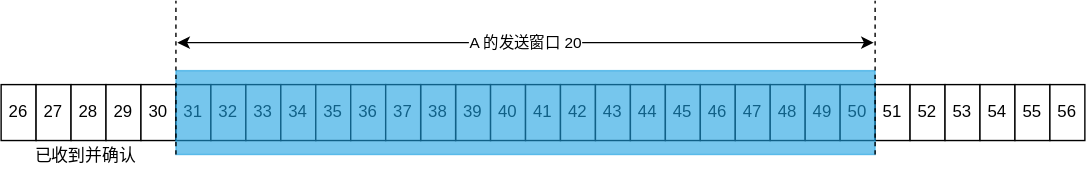
The draw.io diagram images/osi/transport-layer/window.drawio.svg in lengyuxuan/lengyuxuan.github.io, before a commit. Source tidied: cells renumbered, new cells last; positions are measured from the earlier drawing's top-left corner, leaving out a move shared by most shapes. Its diagram source:
```xml
<mxGraphModel>
  <root>
    <mxCell id="0" />
    <mxCell id="1" parent="0" />
    <mxCell id="2" value="39" style="rounded=0;whiteSpace=wrap;html=1;" parent="1" vertex="1">
      <mxGeometry x="325" y="60" width="25" height="40" as="geometry" />
    </mxCell>
    <mxCell id="3" value="40" style="rounded=0;whiteSpace=wrap;html=1;" parent="1" vertex="1">
      <mxGeometry x="350" y="60" width="25" height="40" as="geometry" />
    </mxCell>
    <mxCell id="4" value="41" style="rounded=0;whiteSpace=wrap;html=1;" parent="1" vertex="1">
      <mxGeometry x="375" y="60" width="25" height="40" as="geometry" />
    </mxCell>
    <mxCell id="5" value="42" style="rounded=0;whiteSpace=wrap;html=1;" parent="1" vertex="1">
      <mxGeometry x="400" y="60" width="25" height="40" as="geometry" />
    </mxCell>
    <mxCell id="6" value="43" style="rounded=0;whiteSpace=wrap;html=1;" parent="1" vertex="1">
      <mxGeometry x="425" y="60" width="25" height="40" as="geometry" />
    </mxCell>
    <mxCell id="7" value="44" style="rounded=0;whiteSpace=wrap;html=1;" parent="1" vertex="1">
      <mxGeometry x="450" y="60" width="25" height="40" as="geometry" />
    </mxCell>
    <mxCell id="8" value="45" style="rounded=0;whiteSpace=wrap;html=1;" parent="1" vertex="1">
      <mxGeometry x="475" y="60" width="25" height="40" as="geometry" />
    </mxCell>
    <mxCell id="9" value="46" style="rounded=0;whiteSpace=wrap;html=1;" parent="1" vertex="1">
      <mxGeometry x="500" y="60" width="25" height="40" as="geometry" />
    </mxCell>
    <mxCell id="10" value="47" style="rounded=0;whiteSpace=wrap;html=1;" parent="1" vertex="1">
      <mxGeometry x="525" y="60" width="25" height="40" as="geometry" />
    </mxCell>
    <mxCell id="11" value="48" style="rounded=0;whiteSpace=wrap;html=1;" parent="1" vertex="1">
      <mxGeometry x="550" y="60" width="25" height="40" as="geometry" />
    </mxCell>
    <mxCell id="12" value="49" style="rounded=0;whiteSpace=wrap;html=1;" parent="1" vertex="1">
      <mxGeometry x="575" y="60" width="25" height="40" as="geometry" />
    </mxCell>
    <mxCell id="13" value="50" style="rounded=0;whiteSpace=wrap;html=1;" parent="1" vertex="1">
      <mxGeometry x="600" y="60" width="25" height="40" as="geometry" />
    </mxCell>
    <mxCell id="14" value="51" style="rounded=0;whiteSpace=wrap;html=1;" parent="1" vertex="1">
      <mxGeometry x="625" y="60" width="25" height="40" as="geometry" />
    </mxCell>
    <mxCell id="15" value="52" style="rounded=0;whiteSpace=wrap;html=1;" parent="1" vertex="1">
      <mxGeometry x="650" y="60" width="25" height="40" as="geometry" />
    </mxCell>
    <mxCell id="16" value="53" style="rounded=0;whiteSpace=wrap;html=1;" parent="1" vertex="1">
      <mxGeometry x="675" y="60" width="25" height="40" as="geometry" />
    </mxCell>
    <mxCell id="17" value="54" style="rounded=0;whiteSpace=wrap;html=1;" parent="1" vertex="1">
      <mxGeometry x="700" y="60" width="25" height="40" as="geometry" />
    </mxCell>
    <mxCell id="18" value="55" style="rounded=0;whiteSpace=wrap;html=1;" parent="1" vertex="1">
      <mxGeometry x="725" y="60" width="25" height="40" as="geometry" />
    </mxCell>
    <mxCell id="19" value="56" style="rounded=0;whiteSpace=wrap;html=1;" parent="1" vertex="1">
      <mxGeometry x="750" y="60" width="25" height="40" as="geometry" />
    </mxCell>
    <mxCell id="20" value="38" style="rounded=0;whiteSpace=wrap;html=1;" parent="1" vertex="1">
      <mxGeometry x="300" y="60" width="25" height="40" as="geometry" />
    </mxCell>
    <mxCell id="21" value="26" style="rounded=0;whiteSpace=wrap;html=1;" parent="1" vertex="1">
      <mxGeometry y="60" width="25" height="40" as="geometry" />
    </mxCell>
    <mxCell id="22" value="27" style="rounded=0;whiteSpace=wrap;html=1;" parent="1" vertex="1">
      <mxGeometry x="25" y="60" width="25" height="40" as="geometry" />
    </mxCell>
    <mxCell id="23" value="28" style="rounded=0;whiteSpace=wrap;html=1;" parent="1" vertex="1">
      <mxGeometry x="50" y="60" width="25" height="40" as="geometry" />
    </mxCell>
    <mxCell id="24" value="29" style="rounded=0;whiteSpace=wrap;html=1;" parent="1" vertex="1">
      <mxGeometry x="75" y="60" width="25" height="40" as="geometry" />
    </mxCell>
    <mxCell id="25" value="30" style="rounded=0;whiteSpace=wrap;html=1;" parent="1" vertex="1">
      <mxGeometry x="100" y="60" width="25" height="40" as="geometry" />
    </mxCell>
    <mxCell id="26" value="31" style="rounded=0;whiteSpace=wrap;html=1;" parent="1" vertex="1">
      <mxGeometry x="125" y="60" width="25" height="40" as="geometry" />
    </mxCell>
    <mxCell id="27" value="32" style="rounded=0;whiteSpace=wrap;html=1;" parent="1" vertex="1">
      <mxGeometry x="150" y="60" width="25" height="40" as="geometry" />
    </mxCell>
    <mxCell id="28" value="33" style="rounded=0;whiteSpace=wrap;html=1;" parent="1" vertex="1">
      <mxGeometry x="175" y="60" width="25" height="40" as="geometry" />
    </mxCell>
    <mxCell id="29" value="34" style="rounded=0;whiteSpace=wrap;html=1;" parent="1" vertex="1">
      <mxGeometry x="200" y="60" width="25" height="40" as="geometry" />
    </mxCell>
    <mxCell id="30" value="35" style="rounded=0;whiteSpace=wrap;html=1;" parent="1" vertex="1">
      <mxGeometry x="225" y="60" width="25" height="40" as="geometry" />
    </mxCell>
    <mxCell id="31" value="36" style="rounded=0;whiteSpace=wrap;html=1;" parent="1" vertex="1">
      <mxGeometry x="250" y="60" width="25" height="40" as="geometry" />
    </mxCell>
    <mxCell id="32" value="37" style="rounded=0;whiteSpace=wrap;html=1;" parent="1" vertex="1">
      <mxGeometry x="275" y="60" width="25" height="40" as="geometry" />
    </mxCell>
    <mxCell id="33" style="rounded=0;whiteSpace=wrap;html=1;fillColor=#1ba1e2;fontColor=#ffffff;opacity=60;strokeColor=#1BA1E2;" parent="1" vertex="1">
      <mxGeometry x="125" y="50" width="500" height="60" as="geometry" />
    </mxCell>
    <mxCell id="34" value="已收到并确认" style="text;html=1;align=center;verticalAlign=middle;" parent="1" vertex="1">
      <mxGeometry x="15" y="101" width="90" height="20" as="geometry" />
    </mxCell>
    <mxCell id="35" style="endArrow=none;dashed=1;html=1;labelBackgroundColor=#2A0408;" parent="1" edge="1">
      <mxGeometry relative="1" as="geometry">
        <mxPoint x="125" y="110" as="sourcePoint" />
        <mxPoint x="125" as="targetPoint" />
      </mxGeometry>
    </mxCell>
    <mxCell id="36" style="endArrow=none;dashed=1;html=1;labelBackgroundColor=#2A0408;" parent="1" edge="1">
      <mxGeometry relative="1" as="geometry">
        <mxPoint x="625" y="110" as="sourcePoint" />
        <mxPoint x="625" as="targetPoint" />
      </mxGeometry>
    </mxCell>
    <mxCell id="37" value="A 的发送窗口 20" style="endArrow=classic;startArrow=classic;html=1;" parent="1" edge="1">
      <mxGeometry relative="1" as="geometry">
        <mxPoint x="126" y="30" as="sourcePoint" />
        <mxPoint x="624" y="30" as="targetPoint" />
      </mxGeometry>
    </mxCell>
  </root>
</mxGraphModel>
```
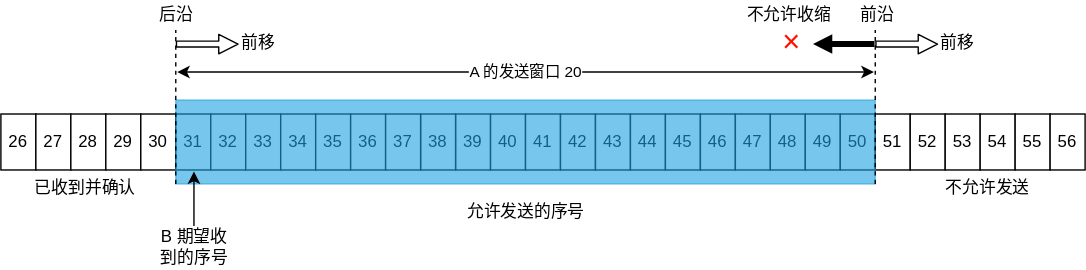
The same diagram one commit later.

The edit, as a diff of the source:
```diff
@@ -99,7 +99,7 @@
       <mxGeometry x="125" y="50" width="500" height="60" as="geometry" />
     </mxCell>
     <mxCell id="34" value="已收到并确认" style="text;html=1;align=center;verticalAlign=middle;" parent="1" vertex="1">
-      <mxGeometry x="15" y="101" width="90" height="20" as="geometry" />
+      <mxGeometry x="15" y="103" width="90" height="20" as="geometry" />
     </mxCell>
     <mxCell id="35" style="endArrow=none;dashed=1;html=1;labelBackgroundColor=#2A0408;" parent="1" edge="1">
       <mxGeometry relative="1" as="geometry">
@@ -119,5 +119,59 @@
         <mxPoint x="624" y="30" as="targetPoint" />
       </mxGeometry>
     </mxCell>
+    <mxCell id="38" style="endArrow=classic;html=1;entryX=0.03;entryY=1;entryDx=0;entryDy=0;entryPerimeter=0;" parent="1" edge="1">
+      <mxGeometry relative="1" as="geometry">
+        <mxPoint x="138" y="140" as="sourcePoint" />
+        <mxPoint x="138" y="101" as="targetPoint" />
+        <Array as="points">
+          <mxPoint x="138" y="121" />
+        </Array>
+      </mxGeometry>
+    </mxCell>
+    <mxCell id="39" value="B 期望收&lt;br&gt;到的序号" style="text;html=1;align=center;verticalAlign=middle;" parent="1" vertex="1">
+      <mxGeometry x="107.5" y="140" width="60" height="30" as="geometry" />
+    </mxCell>
+    <mxCell id="40" style="shape=flexArrow;endArrow=classic;html=1;width=4.245810055865922;endSize=4.259217877094972;endWidth=8.608799048751486;" parent="1" edge="1">
+      <mxGeometry relative="1" as="geometry">
+        <mxPoint x="125" y="10" as="sourcePoint" />
+        <mxPoint x="170" y="10" as="targetPoint" />
+      </mxGeometry>
+    </mxCell>
+    <mxCell id="41" value="前移" style="text;html=1;align=left;verticalAlign=middle;" parent="1" vertex="1">
+      <mxGeometry x="169.5" y="-1" width="40" height="20" as="geometry" />
+    </mxCell>
+    <mxCell id="42" style="shape=flexArrow;endArrow=classic;html=1;width=4.245810055865922;endSize=4.259217877094972;endWidth=8.608799048751486;" parent="1" edge="1">
+      <mxGeometry relative="1" as="geometry">
+        <mxPoint x="625" y="10" as="sourcePoint" />
+        <mxPoint x="670" y="10" as="targetPoint" />
+      </mxGeometry>
+    </mxCell>
+    <mxCell id="43" value="前移" style="text;html=1;align=left;verticalAlign=middle;" parent="1" vertex="1">
+      <mxGeometry x="669.5" y="-1" width="40" height="20" as="geometry" />
+    </mxCell>
+    <mxCell id="44" value="后沿" style="text;html=1;align=center;verticalAlign=middle;" parent="1" vertex="1">
+      <mxGeometry x="105" y="-21" width="40" height="20" as="geometry" />
+    </mxCell>
+    <mxCell id="45" value="前沿" style="text;html=1;align=center;verticalAlign=middle;" parent="1" vertex="1">
+      <mxGeometry x="606" y="-21" width="40" height="20" as="geometry" />
+    </mxCell>
+    <mxCell id="46" style="shape=flexArrow;endArrow=classic;html=1;width=4.245810055865922;endSize=4.259217877094972;endWidth=8.608799048751486;fillColor=#000;strokeColor=none;" parent="1" edge="1">
+      <mxGeometry relative="1" as="geometry">
+        <mxPoint x="625" y="9.9" as="sourcePoint" />
+        <mxPoint x="580" y="9.9" as="targetPoint" />
+      </mxGeometry>
+    </mxCell>
+    <mxCell id="47" value="不允许收缩" style="text;html=1;align=center;verticalAlign=middle;" parent="1" vertex="1">
+      <mxGeometry x="522.5" y="-21" width="80" height="20" as="geometry" />
+    </mxCell>
+    <mxCell id="48" value="×" style="text;align=center;verticalAlign=middle;fontSize=22;spacing=0;html=1;fontColor=#FF1100;" parent="1" vertex="1">
+      <mxGeometry x="550" y="-6" width="30" height="30" as="geometry" />
+    </mxCell>
+    <mxCell id="49" value="不允许发送" style="text;html=1;align=center;verticalAlign=middle;" parent="1" vertex="1">
+      <mxGeometry x="665" y="103" width="80" height="20" as="geometry" />
+    </mxCell>
+    <mxCell id="50" value="允许发送的序号" style="text;html=1;align=center;verticalAlign=middle;" parent="1" vertex="1">
+      <mxGeometry x="325" y="120" width="100" height="20" as="geometry" />
+    </mxCell>
   </root>
 </mxGraphModel>
```
